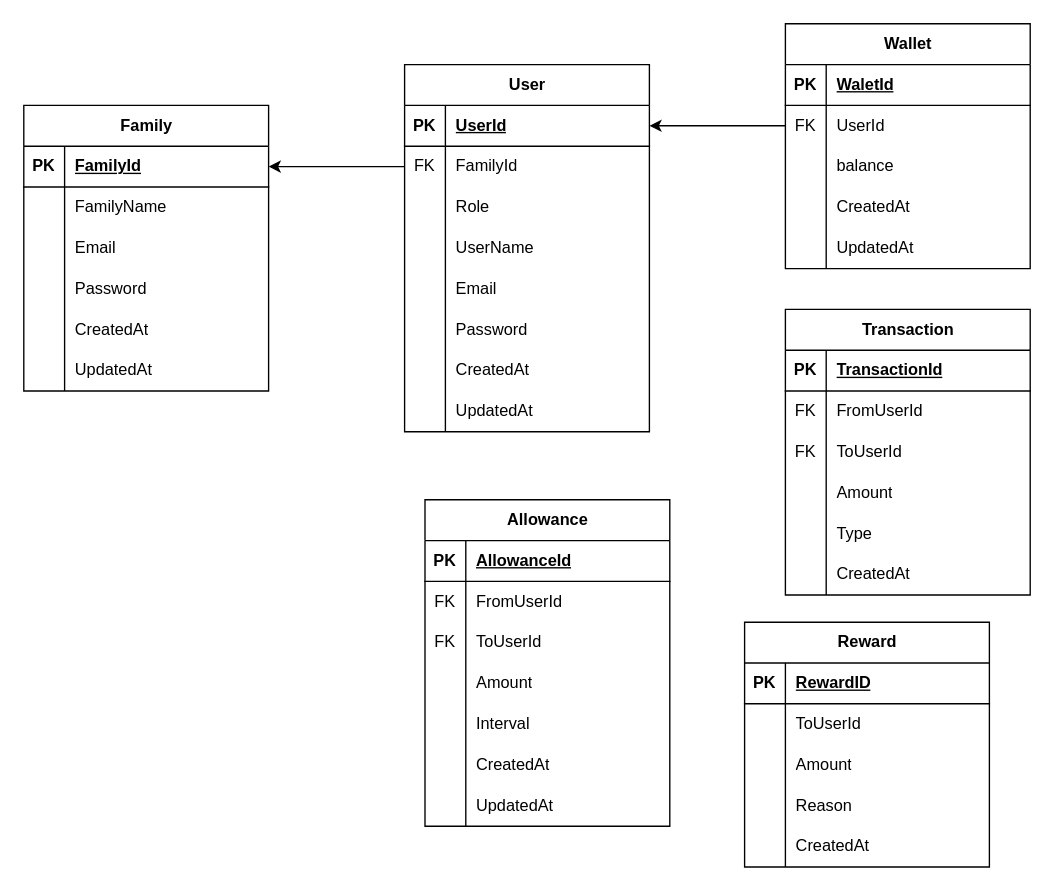
Earlier version of the draw.io diagram ER.dio (fuu3629/odachin). Source tidied: cells renumbered, new cells numbered last; positions are measured from the earlier drawing's top-left corner, leaving out a move shared by most shapes. Both pictures are drawn from the tidied source at 136%, with x=0, y=0 at pixel (23, 23).
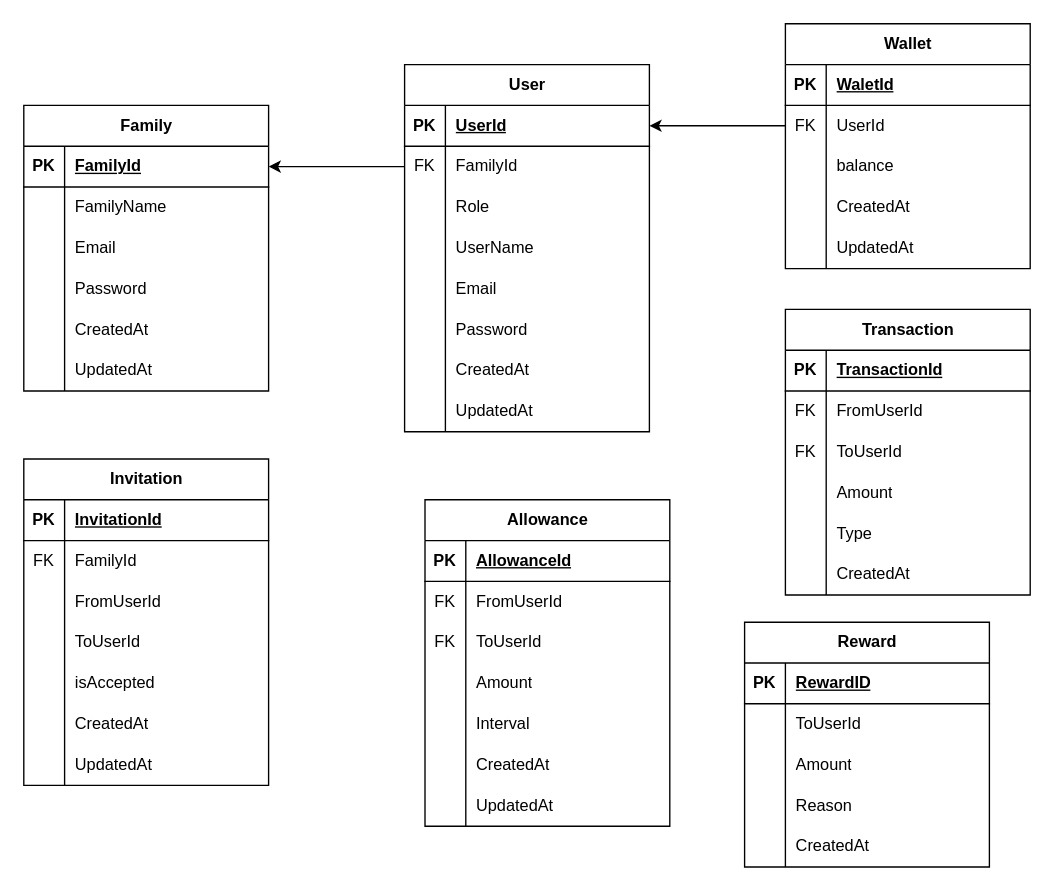
The same page after the edit.

The edit, as a diff of the source:
```diff
@@
+    <mxCell id="121" value="Invitation" style="shape=table;startSize=30;childLayout=tableLayout;rowLines=0;fontStyle=1;align=center;html=1;" parent="1" vertex="1">
+      <mxGeometry y="320" width="180" height="240" as="geometry" />
+    </mxCell>
+    <mxCell id="122" style="shape=tableRow;horizontal=0;startSize=0;swimlaneHead=0;swimlaneBody=0;fillColor=none;top=0;left=0;right=0;bottom=1;" parent="121" vertex="1">
+      <mxGeometry y="30" width="180" height="30" as="geometry" />
+    </mxCell>
+    <mxCell id="123" value="PK" style="shape=partialRectangle;fillColor=none;top=0;left=0;bottom=0;right=0;fontStyle=1;overflow=hidden;whiteSpace=wrap;html=1;" parent="122" vertex="1">
+      <mxGeometry width="30" height="30" as="geometry" />
+    </mxCell>
+    <mxCell id="124" value="&lt;span style=&quot;color: rgb(0, 0, 0);&quot;&gt;InvitationId&lt;/span&gt;" style="shape=partialRectangle;fillColor=none;top=0;left=0;bottom=0;right=0;align=left;spacingLeft=6;fontStyle=5;overflow=hidden;whiteSpace=wrap;html=1;" parent="122" vertex="1">
+      <mxGeometry x="30" width="150" height="30" as="geometry" />
+    </mxCell>
+    <mxCell id="125" style="shape=tableRow;horizontal=0;startSize=0;swimlaneHead=0;swimlaneBody=0;fillColor=none;top=0;left=0;right=0;bottom=0;" parent="121" vertex="1">
+      <mxGeometry y="60" width="180" height="30" as="geometry" />
+    </mxCell>
+    <mxCell id="126" value="FK" style="shape=partialRectangle;fillColor=none;top=0;left=0;bottom=0;right=0;overflow=hidden;whiteSpace=wrap;html=1;" parent="125" vertex="1">
+      <mxGeometry width="30" height="30" as="geometry" />
+    </mxCell>
+    <mxCell id="127" value="&lt;span style=&quot;color: rgb(0, 0, 0);&quot;&gt;FamilyId&lt;/span&gt;" style="shape=partialRectangle;fillColor=none;top=0;left=0;bottom=0;right=0;align=left;spacingLeft=6;overflow=hidden;whiteSpace=wrap;html=1;" parent="125" vertex="1">
+      <mxGeometry x="30" width="150" height="30" as="geometry" />
+    </mxCell>
+    <mxCell id="128" style="shape=tableRow;horizontal=0;startSize=0;swimlaneHead=0;swimlaneBody=0;fillColor=none;top=0;left=0;right=0;bottom=0;" parent="121" vertex="1">
+      <mxGeometry y="90" width="180" height="30" as="geometry" />
+    </mxCell>
+    <mxCell id="129" style="shape=partialRectangle;fillColor=none;top=0;left=0;bottom=0;right=0;overflow=hidden;whiteSpace=wrap;html=1;" parent="128" vertex="1">
+      <mxGeometry width="30" height="30" as="geometry" />
+    </mxCell>
+    <mxCell id="130" value="FromUserId" style="shape=partialRectangle;fillColor=none;top=0;left=0;bottom=0;right=0;align=left;spacingLeft=6;overflow=hidden;whiteSpace=wrap;html=1;" parent="128" vertex="1">
+      <mxGeometry x="30" width="150" height="30" as="geometry" />
+    </mxCell>
+    <mxCell id="131" style="shape=tableRow;horizontal=0;startSize=0;swimlaneHead=0;swimlaneBody=0;fillColor=none;top=0;left=0;right=0;bottom=0;" parent="121" vertex="1">
+      <mxGeometry y="120" width="180" height="30" as="geometry" />
+    </mxCell>
+    <mxCell id="132" style="shape=partialRectangle;fillColor=none;top=0;left=0;bottom=0;right=0;overflow=hidden;whiteSpace=wrap;html=1;" parent="131" vertex="1">
+      <mxGeometry width="30" height="30" as="geometry" />
+    </mxCell>
+    <mxCell id="133" value="ToUserId" style="shape=partialRectangle;fillColor=none;top=0;left=0;bottom=0;right=0;align=left;spacingLeft=6;overflow=hidden;whiteSpace=wrap;html=1;" parent="131" vertex="1">
+      <mxGeometry x="30" width="150" height="30" as="geometry" />
+    </mxCell>
+    <mxCell id="134" style="shape=tableRow;horizontal=0;startSize=0;swimlaneHead=0;swimlaneBody=0;fillColor=none;top=0;left=0;right=0;bottom=0;" parent="121" vertex="1">
+      <mxGeometry y="150" width="180" height="30" as="geometry" />
+    </mxCell>
+    <mxCell id="135" style="shape=partialRectangle;fillColor=none;top=0;left=0;bottom=0;right=0;overflow=hidden;whiteSpace=wrap;html=1;" parent="134" vertex="1">
+      <mxGeometry width="30" height="30" as="geometry" />
+    </mxCell>
+    <mxCell id="136" value="isAccepted" style="shape=partialRectangle;fillColor=none;top=0;left=0;bottom=0;right=0;align=left;spacingLeft=6;overflow=hidden;whiteSpace=wrap;html=1;" parent="134" vertex="1">
+      <mxGeometry x="30" width="150" height="30" as="geometry" />
+    </mxCell>
+    <mxCell id="137" style="shape=tableRow;horizontal=0;startSize=0;swimlaneHead=0;swimlaneBody=0;fillColor=none;top=0;left=0;right=0;bottom=0;" parent="121" vertex="1">
+      <mxGeometry y="180" width="180" height="30" as="geometry" />
+    </mxCell>
+    <mxCell id="138" style="shape=partialRectangle;fillColor=none;top=0;left=0;bottom=0;right=0;overflow=hidden;whiteSpace=wrap;html=1;" parent="137" vertex="1">
+      <mxGeometry width="30" height="30" as="geometry" />
+    </mxCell>
+    <mxCell id="139" value="CreatedAt" style="shape=partialRectangle;fillColor=none;top=0;left=0;bottom=0;right=0;align=left;spacingLeft=6;overflow=hidden;whiteSpace=wrap;html=1;" parent="137" vertex="1">
+      <mxGeometry x="30" width="150" height="30" as="geometry" />
+    </mxCell>
+    <mxCell id="140" style="shape=tableRow;horizontal=0;startSize=0;swimlaneHead=0;swimlaneBody=0;fillColor=none;top=0;left=0;right=0;bottom=0;" parent="121" vertex="1">
+      <mxGeometry y="210" width="180" height="30" as="geometry" />
+    </mxCell>
+    <mxCell id="141" style="shape=partialRectangle;fillColor=none;top=0;left=0;bottom=0;right=0;overflow=hidden;whiteSpace=wrap;html=1;" parent="140" vertex="1">
+      <mxGeometry width="30" height="30" as="geometry" />
+    </mxCell>
+    <mxCell id="142" value="UpdatedAt" style="shape=partialRectangle;fillColor=none;top=0;left=0;bottom=0;right=0;align=left;spacingLeft=6;overflow=hidden;whiteSpace=wrap;html=1;" parent="140" vertex="1">
+      <mxGeometry x="30" width="150" height="30" as="geometry" />
+    </mxCell>
```
